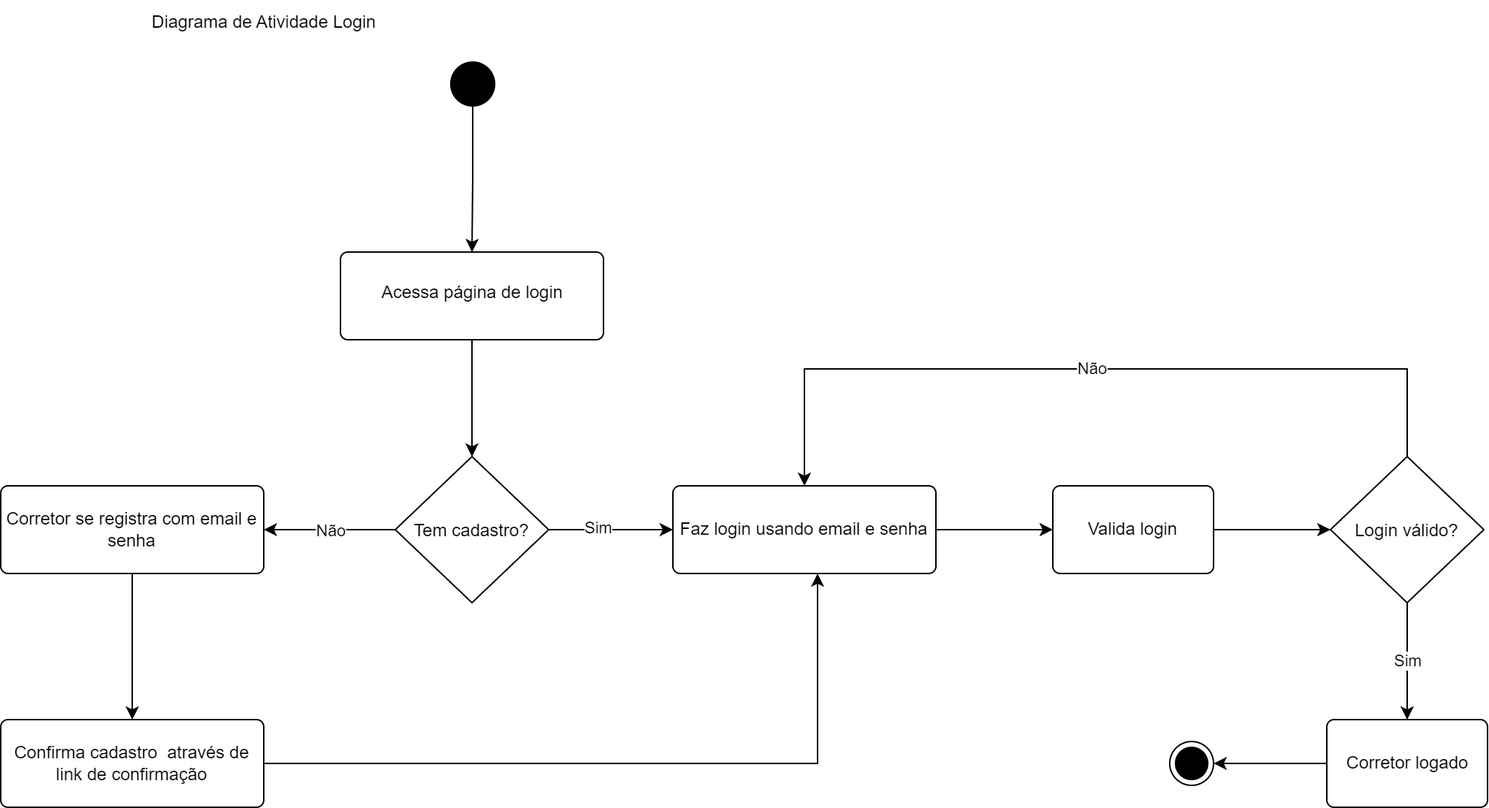
israel-bsi/realtyhub keeps this draw.io diagram as Diagramas/atividades/png/atv_login.drawio.png. Above is the earlier version. Source tidied: cells renumbered, new cells last; positions are measured from the earlier drawing's top-left corner, leaving out a move shared by most shapes.
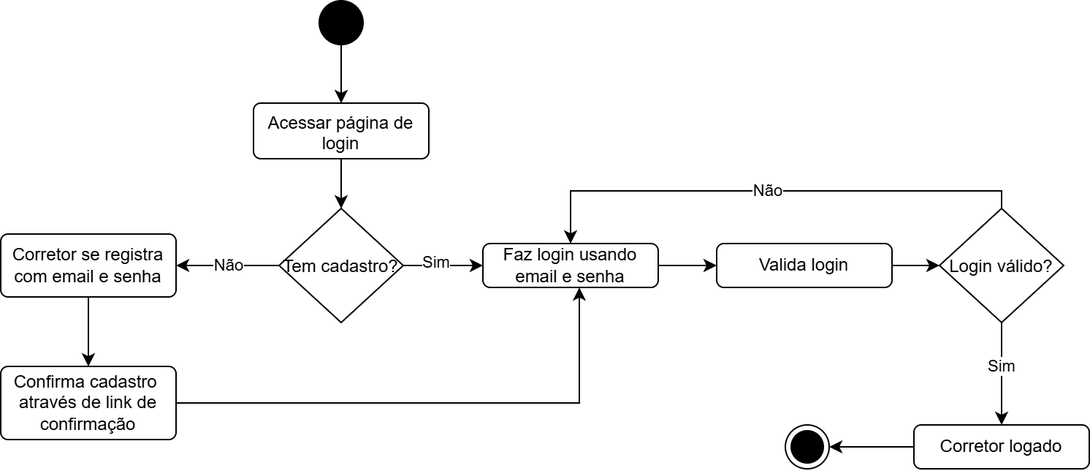
After the change.

Commit message:
[Diagramas] - Diagramas de atividade de login, imoveis, contratos foram atualizados

The edit, as a diff of the source:
```diff
@@ -2,86 +2,82 @@
   <root>
     <mxCell id="0" />
     <mxCell id="1" parent="0" />
-    <mxCell id="2" style="edgeStyle=orthogonalEdgeStyle;rounded=0;jettySize=auto;html=1;entryX=0.5;entryY=0;entryDx=0;entryDy=0;" parent="1" edge="1" source="3" target="7">
-      <mxGeometry relative="1" as="geometry" />
-    </mxCell>
-    <mxCell id="3" value="&lt;div&gt;&lt;br&gt;&lt;/div&gt;Acessa página de login" style="html=1;align=center;verticalAlign=top;rounded=1;absoluteArcSize=1;arcSize=10;dashed=0;whiteSpace=wrap;" parent="1" vertex="1">
-      <mxGeometry x="232.5" y="172" width="180" height="60" as="geometry" />
-    </mxCell>
+    <mxCell id="25" style="edgeStyle=orthogonalEdgeStyle;rounded=0;jettySize=auto;html=1;entryX=0.5;entryY=0;entryDx=0;entryDy=0;" parent="1" edge="1" source="26" target="7">
+      <mxGeometry relative="1" as="geometry" />
+    </mxCell>
+    <mxCell id="26" value="&lt;div&gt;&lt;span style=&quot;background-color: transparent; color: light-dark(rgb(0, 0, 0), rgb(255, 255, 255));&quot;&gt;Acessar página de login&lt;/span&gt;&lt;/div&gt;" style="html=1;align=center;verticalAlign=top;rounded=1;absoluteArcSize=1;arcSize=10;dashed=0;whiteSpace=wrap;" parent="1" vertex="1">
+      <mxGeometry x="1633" y="1612" width="120" height="38" as="geometry" />
+    </mxCell>
     <mxCell id="4" style="edgeStyle=orthogonalEdgeStyle;rounded=0;jettySize=auto;html=1;entryX=0;entryY=0.5;entryDx=0;entryDy=0;" parent="1" edge="1" source="7" target="12">
       <mxGeometry relative="1" as="geometry" />
     </mxCell>
-    <mxCell id="5" value="Sim" style="edgeLabel;html=1;align=center;verticalAlign=middle;" parent="4" vertex="1">
-      <mxGeometry x="-0.24" y="2" relative="1" as="geometry">
-        <mxPoint x="1" as="offset" />
-      </mxGeometry>
-    </mxCell>
-    <mxCell id="6" value="Não" style="edgeStyle=orthogonalEdgeStyle;rounded=0;jettySize=auto;html=1;" parent="1" edge="1" source="7">
-      <mxGeometry relative="1" as="geometry">
-        <mxPoint x="180" y="362" as="targetPoint" />
-      </mxGeometry>
-    </mxCell>
+    <mxCell id="27" value="Sim" style="edgeLabel;html=1;align=center;verticalAlign=middle;" parent="4" vertex="1">
+      <mxGeometry x="-0.24" y="2" relative="1" as="geometry">
+        <mxPoint x="1" as="offset" />
+      </mxGeometry>
+    </mxCell>
+    <mxCell id="28" value="Não" style="edgeStyle=orthogonalEdgeStyle;rounded=0;jettySize=auto;html=1;entryX=1;entryY=0.5;entryDx=0;entryDy=0;" parent="1" edge="1" source="7" target="9">
+      <mxGeometry relative="1" as="geometry" />
+    </mxCell>
     <mxCell id="7" value="Tem cadastro?" style="rhombus;" parent="1" vertex="1">
-      <mxGeometry x="270" y="312" width="105" height="100" as="geometry" />
+      <mxGeometry x="1650.5" y="1684" width="85" height="78" as="geometry" />
     </mxCell>
-    <mxCell id="8" style="edgeStyle=orthogonalEdgeStyle;rounded=0;jettySize=auto;html=1;" parent="1" edge="1" source="9">
-      <mxGeometry relative="1" as="geometry">
-        <mxPoint x="90" y="492" as="targetPoint" />
-      </mxGeometry>
-    </mxCell>
+    <mxCell id="29" style="edgeStyle=orthogonalEdgeStyle;rounded=0;jettySize=auto;html=1;" parent="1" edge="1" source="9" target="10">
+      <mxGeometry relative="1" as="geometry" />
+    </mxCell>
     <mxCell id="9" value="&lt;div&gt;&lt;span style=&quot;background-color: initial;&quot;&gt;Corretor se registra com email e senha&lt;/span&gt;&lt;br&gt;&lt;/div&gt;&lt;div&gt;&lt;/div&gt;" style="html=1;align=center;verticalAlign=middle;rounded=1;absoluteArcSize=1;arcSize=10;dashed=0;whiteSpace=wrap;" parent="1" vertex="1">
-      <mxGeometry y="332" width="180" height="60" as="geometry" />
+      <mxGeometry x="1460" y="1701.5" width="120" height="43" as="geometry" />
     </mxCell>
     <mxCell id="10" value="Confirma cadastro&amp;nbsp; através de link de confirmação&lt;div&gt;&lt;/div&gt;&lt;div&gt;&lt;/div&gt;" style="html=1;align=center;verticalAlign=middle;rounded=1;absoluteArcSize=1;arcSize=10;dashed=0;whiteSpace=wrap;" parent="1" vertex="1">
-      <mxGeometry y="492" width="180" height="60" as="geometry" />
+      <mxGeometry x="1460" y="1792" width="120" height="50" as="geometry" />
     </mxCell>
-    <mxCell id="11" style="edgeStyle=orthogonalEdgeStyle;rounded=0;jettySize=auto;html=1;" parent="1" edge="1" source="12">
-      <mxGeometry relative="1" as="geometry">
-        <mxPoint x="720" y="362" as="targetPoint" />
-      </mxGeometry>
-    </mxCell>
+    <mxCell id="30" style="edgeStyle=orthogonalEdgeStyle;rounded=0;jettySize=auto;html=1;entryX=0;entryY=0.5;entryDx=0;entryDy=0;" parent="1" edge="1" source="12" target="17">
+      <mxGeometry relative="1" as="geometry" />
+    </mxCell>
     <mxCell id="12" value="&lt;div&gt;&lt;span style=&quot;background-color: initial;&quot;&gt;Faz login usando email e senha&lt;/span&gt;&lt;br&gt;&lt;/div&gt;&lt;div&gt;&lt;/div&gt;" style="html=1;align=center;verticalAlign=middle;rounded=1;absoluteArcSize=1;arcSize=10;dashed=0;whiteSpace=wrap;" parent="1" vertex="1">
-      <mxGeometry x="460" y="332" width="180" height="60" as="geometry" />
+      <mxGeometry x="1790" y="1708" width="120" height="30" as="geometry" />
     </mxCell>
     <mxCell id="13" style="edgeStyle=orthogonalEdgeStyle;rounded=0;jettySize=auto;html=1;entryX=0.55;entryY=1;entryDx=0;entryDy=0;entryPerimeter=0;" parent="1" edge="1" source="10" target="12">
       <mxGeometry relative="1" as="geometry" />
     </mxCell>
-    <mxCell id="14" style="edgeStyle=orthogonalEdgeStyle;rounded=0;jettySize=auto;html=1;entryX=0.5;entryY=0;entryDx=0;entryDy=0;" parent="1" edge="1" source="15" target="3">
-      <mxGeometry relative="1" as="geometry" />
-    </mxCell>
-    <mxCell id="15" style="ellipse;fillColor=strokeColor;html=1;" parent="1" vertex="1">
-      <mxGeometry x="308" y="42" width="30" height="30" as="geometry" />
-    </mxCell>
+    <mxCell id="31" style="edgeStyle=orthogonalEdgeStyle;rounded=0;jettySize=auto;html=1;entryX=0.5;entryY=0;entryDx=0;entryDy=0;" parent="1" edge="1" source="32" target="26">
+      <mxGeometry relative="1" as="geometry" />
+    </mxCell>
+    <mxCell id="32" style="ellipse;fillColor=strokeColor;html=1;" parent="1" vertex="1">
+      <mxGeometry x="1678" y="1542" width="30" height="30" as="geometry" />
+    </mxCell>
     <mxCell id="16" style="edgeStyle=orthogonalEdgeStyle;rounded=0;jettySize=auto;html=1;entryX=0;entryY=0.5;entryDx=0;entryDy=0;" parent="1" edge="1" source="17" target="20">
       <mxGeometry relative="1" as="geometry" />
     </mxCell>
     <mxCell id="17" value="&lt;div&gt;&lt;span style=&quot;background-color: initial;&quot;&gt;Valida login&lt;/span&gt;&lt;br&gt;&lt;/div&gt;&lt;div&gt;&lt;/div&gt;" style="html=1;align=center;verticalAlign=middle;rounded=1;absoluteArcSize=1;arcSize=10;dashed=0;whiteSpace=wrap;" parent="1" vertex="1">
-      <mxGeometry x="720" y="332" width="110" height="60" as="geometry" />
+      <mxGeometry x="1950" y="1708" width="120" height="30" as="geometry" />
     </mxCell>
+    <mxCell id="19" value="Não" style="edgeStyle=elbowEdgeStyle;rounded=0;jettySize=auto;html=1;elbow=vertical;entryX=0.5;entryY=0;entryDx=0;entryDy=0;exitX=0.5;exitY=0;exitDx=0;exitDy=0;" parent="1" edge="1" source="20" target="12">
+      <mxGeometry relative="1" as="geometry">
+        <Array as="points">
+          <mxPoint x="2040" y="1672" />
+          <mxPoint x="2140" y="1582" />
+          <mxPoint x="2140" y="1624" />
+        </Array>
+      </mxGeometry>
+    </mxCell>
-    <mxCell id="18" value="Sim" style="edgeStyle=orthogonalEdgeStyle;rounded=0;jettySize=auto;html=1;entryX=0.5;entryY=0;entryDx=0;entryDy=0;" parent="1" edge="1" source="20" target="22">
+    <mxCell id="18" style="edgeStyle=orthogonalEdgeStyle;rounded=0;jettySize=auto;html=1;" parent="1" edge="1" source="20" target="22">
       <mxGeometry relative="1" as="geometry" />
     </mxCell>
-    <mxCell id="19" value="Não" style="edgeStyle=elbowEdgeStyle;rounded=0;jettySize=auto;html=1;elbow=vertical;entryX=0.5;entryY=0;entryDx=0;entryDy=0;" parent="1" edge="1" source="20" target="12">
-      <mxGeometry relative="1" as="geometry">
-        <Array as="points">
-          <mxPoint x="770" y="252" />
-        </Array>
-      </mxGeometry>
-    </mxCell>
+    <mxCell id="33" value="Sim" style="edgeLabel;html=1;align=center;verticalAlign=middle;" parent="18" vertex="1">
+      <mxGeometry x="-0.17" relative="1" as="geometry" />
+    </mxCell>
     <mxCell id="20" value="Login válido?" style="rhombus;" parent="1" vertex="1">
-      <mxGeometry x="910" y="312" width="105" height="100" as="geometry" />
+      <mxGeometry x="2102.5" y="1684" width="85" height="78" as="geometry" />
     </mxCell>
-    <mxCell id="21" style="edgeStyle=orthogonalEdgeStyle;rounded=0;jettySize=auto;html=1;entryX=1;entryY=0.5;entryDx=0;entryDy=0;" parent="1" edge="1" source="22" target="23">
-      <mxGeometry relative="1" as="geometry" />
-    </mxCell>
+    <mxCell id="34" style="edgeStyle=orthogonalEdgeStyle;rounded=0;jettySize=auto;html=1;entryX=1;entryY=0.5;entryDx=0;entryDy=0;" parent="1" edge="1" source="22" target="35">
+      <mxGeometry relative="1" as="geometry" />
+    </mxCell>
     <mxCell id="22" value="&lt;div&gt;&lt;span style=&quot;background-color: initial;&quot;&gt;Corretor logado&lt;/span&gt;&lt;br&gt;&lt;/div&gt;&lt;div&gt;&lt;/div&gt;" style="html=1;align=center;verticalAlign=middle;rounded=1;absoluteArcSize=1;arcSize=10;dashed=0;whiteSpace=wrap;" parent="1" vertex="1">
-      <mxGeometry x="907.5" y="492" width="110" height="60" as="geometry" />
+      <mxGeometry x="2085" y="1832" width="120" height="30" as="geometry" />
     </mxCell>
-    <mxCell id="23" style="ellipse;html=1;shape=endState;fillColor=strokeColor;" parent="1" vertex="1">
-      <mxGeometry x="800" y="507" width="30" height="30" as="geometry" />
-    </mxCell>
-    <mxCell id="24" value="Diagrama de Atividade Login" style="text;html=1;align=center;verticalAlign=middle;strokeColor=none;fillColor=none;" parent="1" vertex="1">
-      <mxGeometry x="90" width="180" height="30" as="geometry" />
-    </mxCell>
+    <mxCell id="35" style="ellipse;html=1;shape=endState;fillColor=strokeColor;" parent="1" vertex="1">
+      <mxGeometry x="1997" y="1832" width="30" height="30" as="geometry" />
+    </mxCell>
   </root>
 </mxGraphModel>
```
